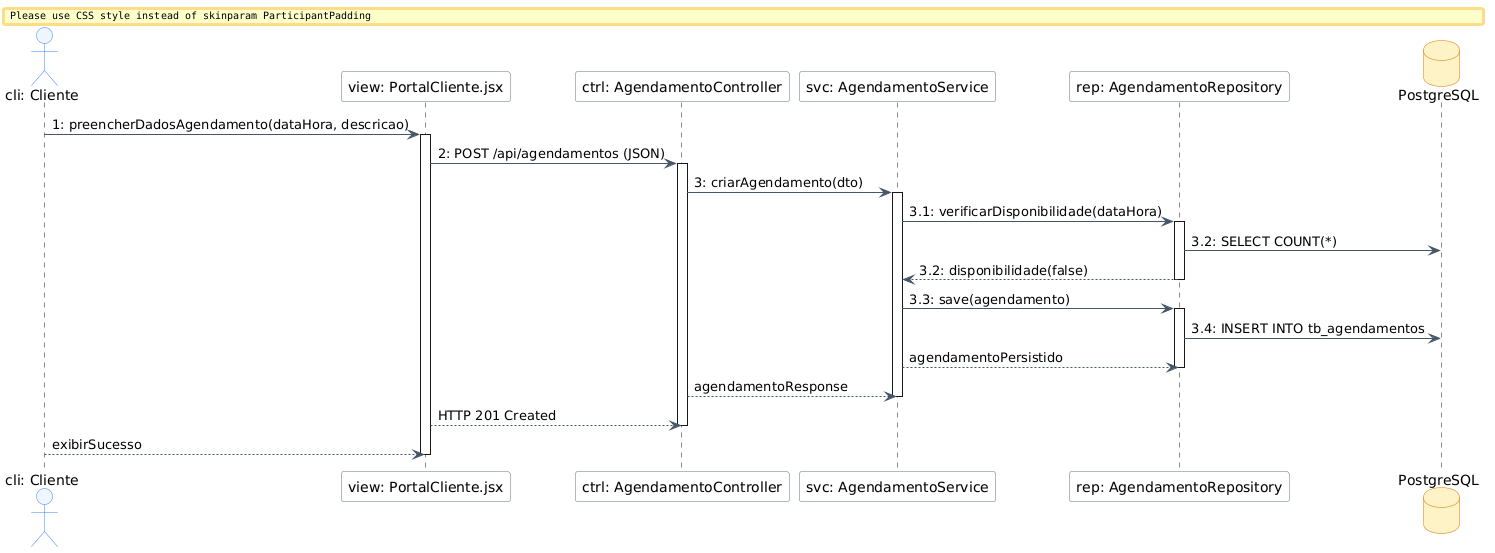
Above: Diagramas/Imagens/Comunicação-01.png in Mateus7799/Autofix (PlantUML), before the change.
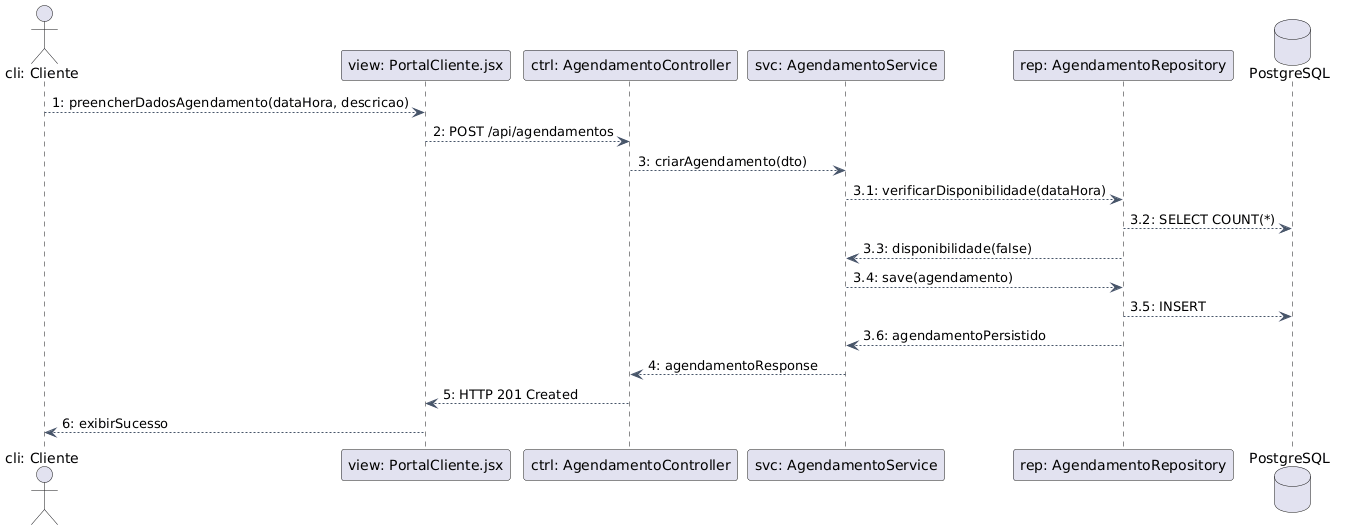
The same diagram one commit later.

What changed in the source:
```diff
@@ -1,60 +1,26 @@
 @startuml
-
-
 skinparam shadowing false
 skinparam defaultFontName "Helvetica"
 skinparam monochrome false
-
-skinparam ParticipantPadding 40
-
-skinparam actor {
-    BackgroundColor #EFF6FF
-    BorderColor #3B82F6
-}
-skinparam participant {
-    BackgroundColor #F8FAFC
-    BorderColor #64748B
-}
-skinparam database {
-    BackgroundColor #FEF3C7
-    BorderColor #D97706
-}
 skinparam ArrowColor #475569
 
-actor "cli: Cliente" as cli
-participant "view: PortalCliente.jsx" as view
+actor  "cli: Cliente"                   as cli
+participant "view: PortalCliente.jsx"   as view
 participant "ctrl: AgendamentoController" as ctrl
-participant "svc: AgendamentoService" as svc
+participant "svc: AgendamentoService"  as svc
 participant "rep: AgendamentoRepository" as rep
 database "PostgreSQL" as db
 
-cli -> view : 1: preencherDadosAgendamento(dataHora, descricao)
-activate view
-
-view -> ctrl : 2: POST /api/agendamentos (JSON)
-activate ctrl
-
-ctrl -> svc : 3: criarAgendamento(dto)
-activate svc
-
-svc -> rep : 3.1: verificarDisponibilidade(dataHora)
-activate rep
-rep -> db : 3.2: SELECT COUNT(*)
-rep --> svc : 3.2: disponibilidade(false)
-deactivate rep
-
-svc -> rep : 3.3: save(agendamento)
-activate rep
-rep -> db : 3.4: INSERT INTO tb_agendamentos
-rep <-- svc : agendamentoPersistido
-deactivate rep
-
-svc <-- ctrl : agendamentoResponse
-deactivate svc
-
-ctrl <-- view : HTTP 201 Created
-deactivate ctrl
-
-view <-- cli : exibirSucesso
-deactivate view
+cli  --> view : 1: preencherDadosAgendamento(dataHora, descricao)
+view --> ctrl : 2: POST /api/agendamentos
+ctrl --> svc  : 3: criarAgendamento(dto)
+svc  --> rep  : 3.1: verificarDisponibilidade(dataHora)
+rep  --> db   : 3.2: SELECT COUNT(*)
+rep  --> svc  : 3.3: disponibilidade(false)
+svc  --> rep  : 3.4: save(agendamento)
+rep  --> db   : 3.5: INSERT
+rep  --> svc  : 3.6: agendamentoPersistido
+svc  --> ctrl : 4: agendamentoResponse
+ctrl --> view : 5: HTTP 201 Created
+view --> cli  : 6: exibirSucesso
 @enduml
```
